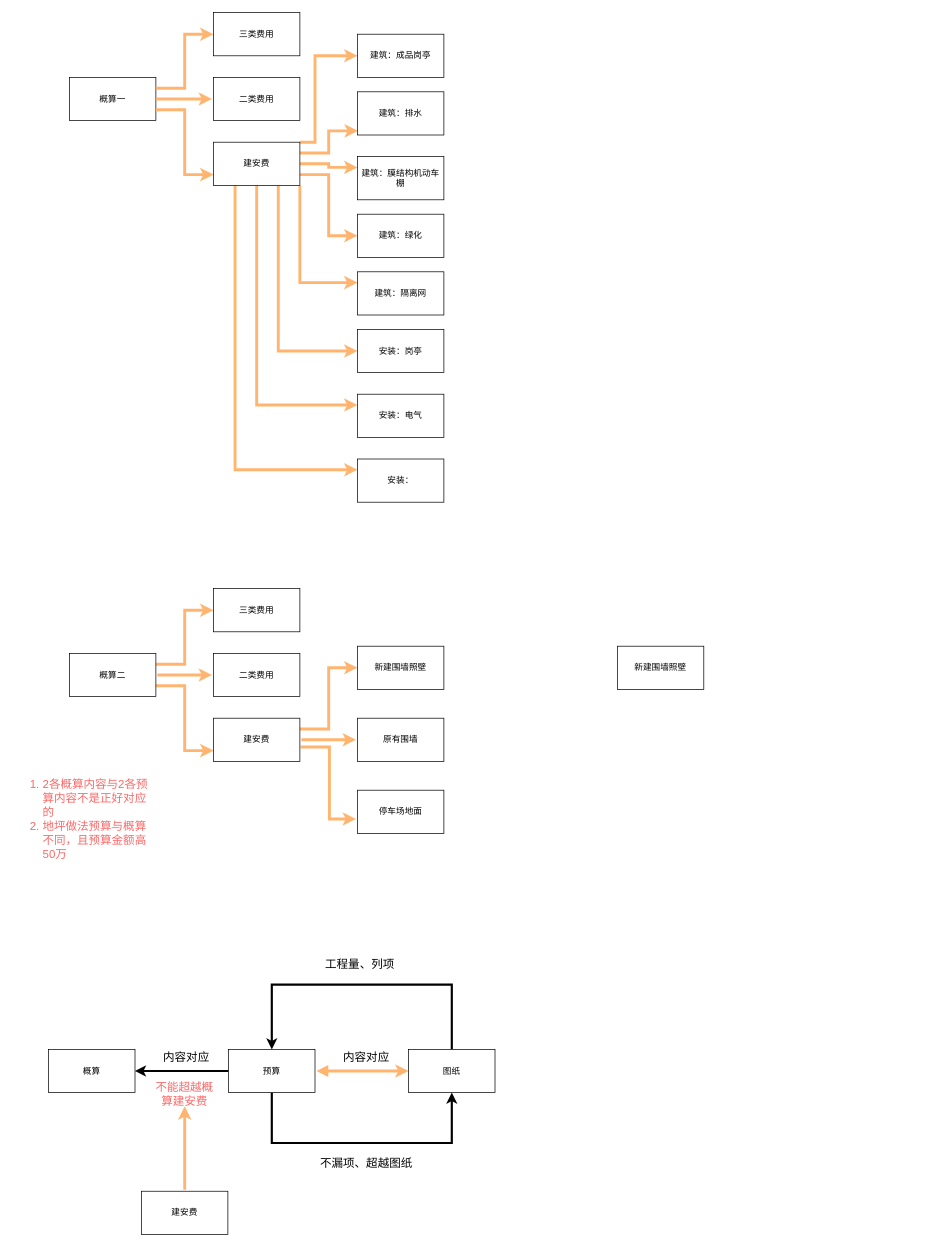
The draw.io diagram Untitled Diagram.drawio in 26awen/drawiofiles, before the edit. Source tidied: cells renumbered, new cells numbered last; positions are measured from the earlier drawing's top-left corner, leaving out a move shared by most shapes. Both pictures are drawn from the tidied source at 72%, with x=0, y=0 at pixel (12, 12).
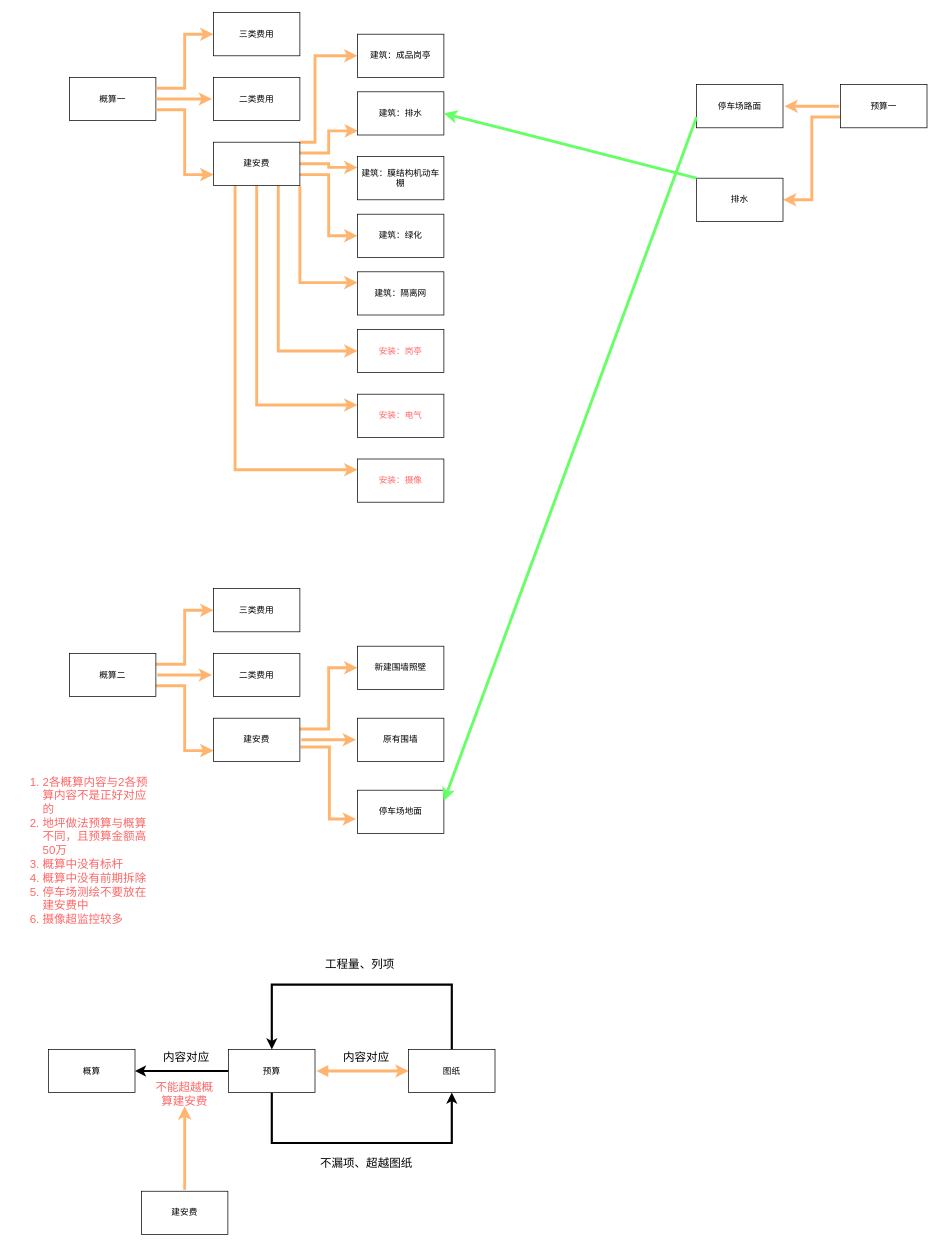
Above is the later version.

The change refers to these unchanged cells:
```xml
<mxCell id="29" value="停车场地面" style="rounded=0;whiteSpace=wrap;html=1;" parent="1" vertex="1">
  <mxGeometry x="479" y="1080" width="120" height="60" as="geometry" />
</mxCell>
<mxCell id="47" value="建筑：排水" style="rounded=0;whiteSpace=wrap;html=1;" parent="1" vertex="1">
  <mxGeometry x="479" y="110" width="120" height="60" as="geometry" />
</mxCell>
```

The edit, as a diff of the source:
```diff
@@
-    <mxCell id="27" value="&lt;ol&gt;&lt;li&gt;2各概算内容与2各预算内容不是正好对应的&lt;/li&gt;&lt;li&gt;地坪做法预算与概算不同，且预算金额高50万&lt;/li&gt;&lt;/ol&gt;" style="text;strokeColor=none;fillColor=none;html=1;whiteSpace=wrap;verticalAlign=middle;overflow=hidden;fontSize=16;fontColor=#FF6666;" parent="1" vertex="1">
-      <mxGeometry y="1040" width="190" height="160" as="geometry" />
+    <mxCell id="27" value="&lt;ol&gt;&lt;li&gt;2各概算内容与2各预算内容不是正好对应的&lt;/li&gt;&lt;li&gt;地坪做法预算与概算不同，且预算金额高50万&lt;/li&gt;&lt;li&gt;概算中没有标杆&lt;/li&gt;&lt;li&gt;概算中没有前期拆除&lt;/li&gt;&lt;li&gt;停车场测绘不要放在建安费中&lt;/li&gt;&lt;li&gt;摄像超监控较多&lt;/li&gt;&lt;/ol&gt;" style="text;strokeColor=none;fillColor=none;html=1;whiteSpace=wrap;verticalAlign=middle;overflow=hidden;fontSize=16;fontColor=#FF6666;" parent="1" vertex="1">
+      <mxGeometry y="1040" width="200" height="230" as="geometry" />
     </mxCell>
@@
-    <mxCell id="31" value="新建围墙照壁" style="rounded=0;whiteSpace=wrap;html=1;" parent="1" vertex="1">
-      <mxGeometry x="840" y="880" width="120" height="60" as="geometry" />
-    </mxCell>
@@
-    <mxCell id="51" value="安装：岗亭" style="rounded=0;whiteSpace=wrap;html=1;" parent="1" vertex="1">
+    <mxCell id="51" value="安装：岗亭" style="rounded=0;whiteSpace=wrap;html=1;fontColor=#FF6666;" parent="1" vertex="1">
       <mxGeometry x="479" y="440" width="120" height="60" as="geometry" />
     </mxCell>
-    <mxCell id="52" value="安装：电气" style="rounded=0;whiteSpace=wrap;html=1;" parent="1" vertex="1">
+    <mxCell id="52" value="安装：电气" style="rounded=0;whiteSpace=wrap;html=1;fontColor=#FF6666;" parent="1" vertex="1">
       <mxGeometry x="479" y="530" width="120" height="60" as="geometry" />
     </mxCell>
-    <mxCell id="53" value="安装：" style="rounded=0;whiteSpace=wrap;html=1;" parent="1" vertex="1">
+    <mxCell id="53" value="安装：摄像" style="rounded=0;whiteSpace=wrap;html=1;fontColor=#FF6666;" parent="1" vertex="1">
       <mxGeometry x="479" y="620" width="120" height="60" as="geometry" />
     </mxCell>
+    <mxCell id="54" style="edgeStyle=orthogonalEdgeStyle;rounded=0;jettySize=auto;html=1;fontSize=16;fontColor=#FF6666;startArrow=none;startFill=0;sourcePerimeterSpacing=2;targetPerimeterSpacing=2;strokeColor=#FFB570;strokeWidth=4;" parent="1" edge="1" source="56" target="57">
+      <mxGeometry relative="1" as="geometry" />
+    </mxCell>
+    <mxCell id="55" style="edgeStyle=orthogonalEdgeStyle;rounded=0;jettySize=auto;html=1;exitX=0;exitY=0.75;exitDx=0;exitDy=0;entryX=1;entryY=0.5;entryDx=0;entryDy=0;fontSize=16;fontColor=#FF6666;startArrow=none;startFill=0;sourcePerimeterSpacing=2;targetPerimeterSpacing=2;strokeColor=#FFB570;strokeWidth=4;" parent="1" edge="1" source="56" target="58">
+      <mxGeometry relative="1" as="geometry" />
+    </mxCell>
+    <mxCell id="56" value="预算一" style="rounded=0;whiteSpace=wrap;html=1;" parent="1" vertex="1">
+      <mxGeometry x="1150" y="100" width="120" height="60" as="geometry" />
+    </mxCell>
+    <mxCell id="57" value="停车场路面" style="rounded=0;whiteSpace=wrap;html=1;" parent="1" vertex="1">
+      <mxGeometry x="950" y="100" width="120" height="60" as="geometry" />
+    </mxCell>
+    <mxCell id="58" value="排水" style="rounded=0;whiteSpace=wrap;html=1;" parent="1" vertex="1">
+      <mxGeometry x="950" y="230" width="120" height="60" as="geometry" />
+    </mxCell>
+    <mxCell id="59" style="endArrow=classic;html=1;rounded=0;fontSize=16;fontColor=#FF6666;sourcePerimeterSpacing=2;targetPerimeterSpacing=2;strokeColor=#66FF66;strokeWidth=4;exitX=0;exitY=0;exitDx=0;exitDy=0;entryX=1;entryY=0.5;entryDx=0;entryDy=0;" parent="1" edge="1" source="58" target="47">
+      <mxGeometry relative="1" as="geometry" />
+    </mxCell>
+    <mxCell id="60" style="endArrow=classic;html=1;rounded=0;fontSize=16;fontColor=#FF6666;sourcePerimeterSpacing=2;targetPerimeterSpacing=2;strokeColor=#66FF66;strokeWidth=4;entryX=1;entryY=0.25;entryDx=0;entryDy=0;exitX=0;exitY=0.75;exitDx=0;exitDy=0;" parent="1" edge="1" source="57" target="29">
+      <mxGeometry relative="1" as="geometry" />
+    </mxCell>
```
